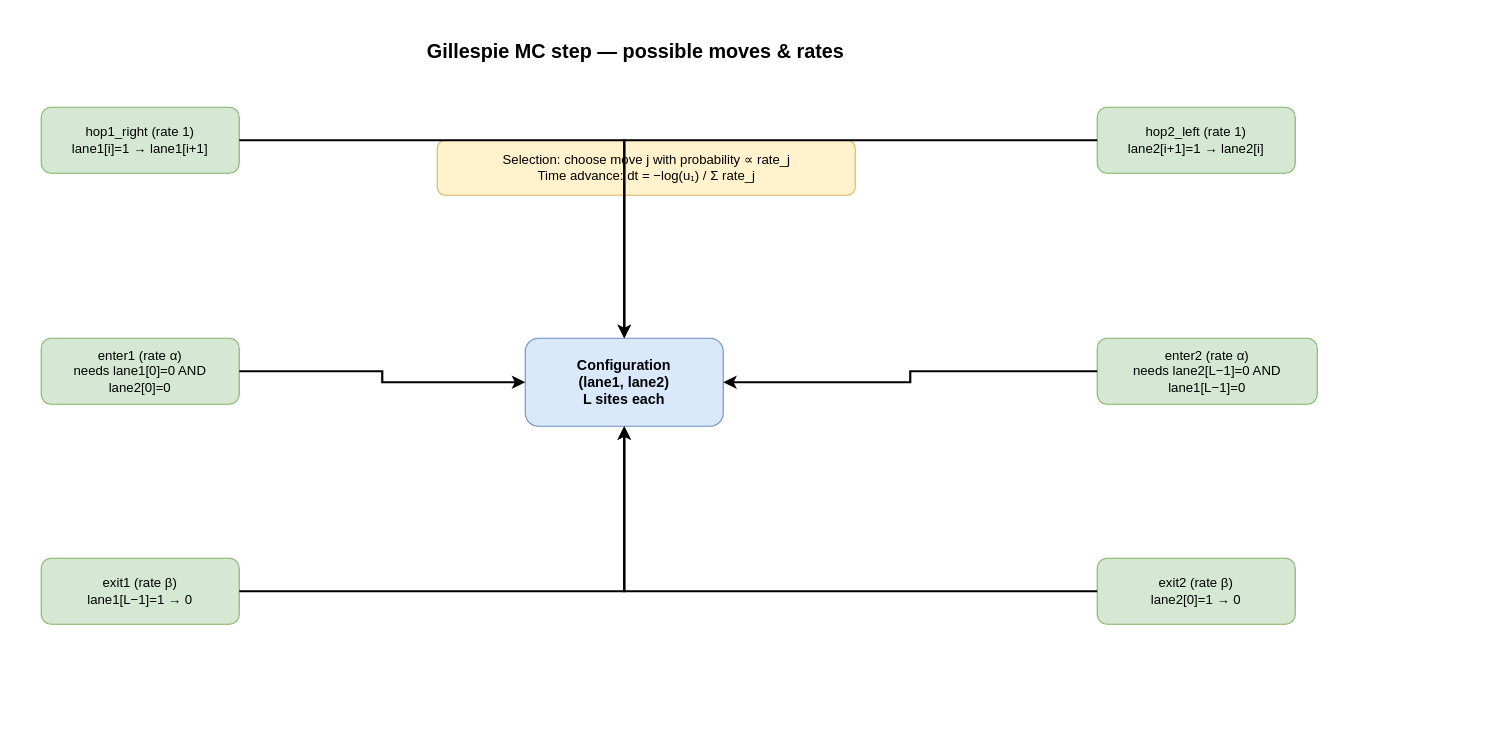
Above: diagrams/mc_moves.drawio in tusca99/two-channel-asep (draw.io), before the change. Source tidied: cells renumbered, new cells numbered last; positions are measured from the earlier drawing's top-left corner, leaving out a move shared by most shapes. Both pictures are drawn from the tidied source at 110%, with x=0, y=0 at pixel (41, 30).
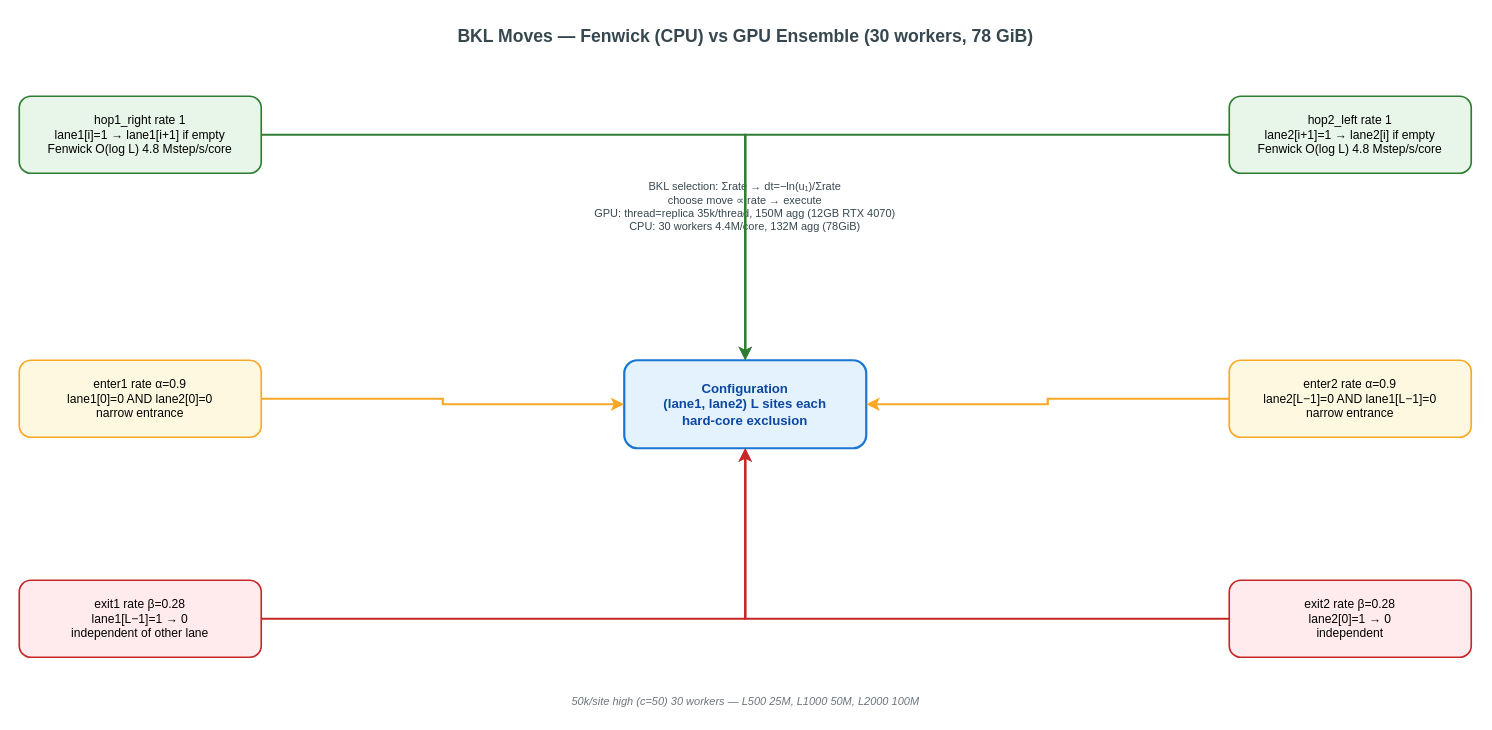
After the change.

Commit message (it also covers changes not shown here):
docs: update draw.io diagrams - lattice_schematic v2 (L=24 α0.9 β0.28), module_structure v2 (bkl Fenwick/GPU 30w 50k/site), mc_moves v2 (BKL vs GPU), simulation_flow v2 (chunked streaming)

The edit, as a diff of the source:
```diff
@@
 <mxGraphModel>
   <root>
     <mxCell id="0" />
     <mxCell id="1" parent="0" />
-    <mxCell id="2" value="Gillespie MC step — possible moves &amp; rates" style="text;html=1;strokeColor=none;fillColor=none;align=center;verticalAlign=middle;fontSize=18;fontStyle=1;" parent="1" vertex="1">
-      <mxGeometry x="290" width="500" height="40" as="geometry" />
+    <mxCell id="2" value="BKL Moves — Fenwick (CPU) vs GPU Ensemble (30 workers, 78 GiB)" style="text;html=1;strokeColor=none;fillColor=none;align=center;verticalAlign=middle;fontSize=16;fontStyle=1;fontColor=#37474f;" parent="1" vertex="1">
+      <mxGeometry x="290" y="-10" width="700" height="30" as="geometry" />
     </mxCell>
-    <mxCell id="3" value="Configuration&#10;(lane1, lane2)&#10;L sites each" style="rounded=1;whiteSpace=wrap;html=1;fillColor=#dae8fc;strokeColor=#6c8ebf;fontSize=13;fontStyle=1;" parent="1" vertex="1">
-      <mxGeometry x="440" y="280" width="180" height="80" as="geometry" />
-    </mxCell>
+    <mxCell id="17" value="Configuration&#10;(lane1, lane2)  L sites each&#10;hard-core exclusion" style="rounded=1;whiteSpace=wrap;html=1;fillColor=#e3f2fd;strokeColor=#1976d2;strokeWidth=2;fontSize=12;fontStyle=1;fontColor=#0d47a1;" parent="1" vertex="1">
+      <mxGeometry x="530" y="300" width="220" height="80" as="geometry" />
+    </mxCell>
-    <mxCell id="4" value="hop1_right  (rate 1)&#10;lane1[i]=1 → lane1[i+1]" style="rounded=1;whiteSpace=wrap;html=1;fillColor=#d5e8d4;strokeColor=#82b366;" parent="1" vertex="1">
-      <mxGeometry y="70" width="180" height="60" as="geometry" />
+    <mxCell id="4" value="hop1_right  rate 1&#10;lane1[i]=1 → lane1[i+1] if empty&#10;Fenwick O(log L) 4.8 Mstep/s/core" style="rounded=1;whiteSpace=wrap;html=1;fillColor=#e8f5e9;strokeColor=#2e7d32;strokeWidth=1.5;fontSize=11;" parent="1" vertex="1">
+      <mxGeometry x="-20" y="60" width="220" height="70" as="geometry" />
     </mxCell>
-    <mxCell id="5" value="hop2_left   (rate 1)&#10;lane2[i+1]=1 → lane2[i]" style="rounded=1;whiteSpace=wrap;html=1;fillColor=#d5e8d4;strokeColor=#82b366;" parent="1" vertex="1">
-      <mxGeometry x="960" y="70" width="180" height="60" as="geometry" />
+    <mxCell id="5" value="hop2_left  rate 1&#10;lane2[i+1]=1 → lane2[i] if empty&#10;Fenwick O(log L) 4.8 Mstep/s/core" style="rounded=1;whiteSpace=wrap;html=1;fillColor=#e8f5e9;strokeColor=#2e7d32;strokeWidth=1.5;fontSize=11;" parent="1" vertex="1">
+      <mxGeometry x="1080" y="60" width="220" height="70" as="geometry" />
     </mxCell>
-    <mxCell id="6" value="enter1  (rate α)&#10;needs lane1[0]=0 AND lane2[0]=0" style="rounded=1;whiteSpace=wrap;html=1;fillColor=#d5e8d4;strokeColor=#82b366;" parent="1" vertex="1">
-      <mxGeometry y="280" width="180" height="60" as="geometry" />
+    <mxCell id="6" value="enter1  rate α=0.9&#10;lane1[0]=0 AND lane2[0]=0&#10;narrow entrance" style="rounded=1;whiteSpace=wrap;html=1;fillColor=#fff8e1;strokeColor=#f9a825;strokeWidth=1.5;fontSize=11;" parent="1" vertex="1">
+      <mxGeometry x="-20" y="300" width="220" height="70" as="geometry" />
     </mxCell>
-    <mxCell id="7" value="enter2  (rate α)&#10;needs lane2[L−1]=0 AND lane1[L−1]=0" style="rounded=1;whiteSpace=wrap;html=1;fillColor=#d5e8d4;strokeColor=#82b366;" parent="1" vertex="1">
-      <mxGeometry x="960" y="280" width="200" height="60" as="geometry" />
+    <mxCell id="7" value="enter2  rate α=0.9&#10;lane2[L−1]=0 AND lane1[L−1]=0&#10;narrow entrance" style="rounded=1;whiteSpace=wrap;html=1;fillColor=#fff8e1;strokeColor=#f9a825;strokeWidth=1.5;fontSize=11;" parent="1" vertex="1">
+      <mxGeometry x="1080" y="300" width="220" height="70" as="geometry" />
     </mxCell>
-    <mxCell id="8" value="exit1  (rate β)&#10;lane1[L−1]=1 → 0" style="rounded=1;whiteSpace=wrap;html=1;fillColor=#d5e8d4;strokeColor=#82b366;" parent="1" vertex="1">
-      <mxGeometry y="480" width="180" height="60" as="geometry" />
+    <mxCell id="8" value="exit1  rate β=0.28&#10;lane1[L−1]=1 → 0&#10;independent of other lane" style="rounded=1;whiteSpace=wrap;html=1;fillColor=#ffebee;strokeColor=#c62828;strokeWidth=1.5;fontSize=11;" parent="1" vertex="1">
+      <mxGeometry x="-20" y="500" width="220" height="70" as="geometry" />
     </mxCell>
-    <mxCell id="9" value="exit2  (rate β)&#10;lane2[0]=1 → 0" style="rounded=1;whiteSpace=wrap;html=1;fillColor=#d5e8d4;strokeColor=#82b366;" parent="1" vertex="1">
-      <mxGeometry x="960" y="480" width="180" height="60" as="geometry" />
+    <mxCell id="9" value="exit2  rate β=0.28&#10;lane2[0]=1 → 0&#10;independent" style="rounded=1;whiteSpace=wrap;html=1;fillColor=#ffebee;strokeColor=#c62828;strokeWidth=1.5;fontSize=11;" parent="1" vertex="1">
+      <mxGeometry x="1080" y="500" width="220" height="70" as="geometry" />
     </mxCell>
-    <mxCell id="10" value="Selection: choose move j with probability ∝ rate_j&#10;Time advance: dt = −log(u₁) / Σ rate_j" style="text;html=1;strokeColor=none;fillColor=#fff2cc;strokeColor=#d6b656;align=center;verticalAlign=middle;fontSize=12;rounded=1;" parent="1" vertex="1">
-      <mxGeometry x="360" y="100" width="380" height="50" as="geometry" />
-    </mxCell>
+    <mxCell id="18" value="BKL selection: Σrate → dt=−ln(u₁)/Σrate&#10;choose move ∝ rate → execute&#10;GPU: thread=replica 35k/thread, 150M agg (12GB RTX 4070)&#10;CPU: 30 workers 4.4M/core, 132M agg (78GiB)" style="text;html=1;strokeColor=none;fillColor=none;align=center;verticalAlign=middle;fontSize=10;fontColor=#37474f;whiteSpace=wrap;" parent="1" vertex="1">
+      <mxGeometry x="440" y="120" width="400" height="80" as="geometry" />
+    </mxCell>
+    <mxCell id="19" value="50k/site high (c=50) 30 workers — L500 25M, L1000 50M, L2000 100M" style="text;html=1;strokeColor=none;fillColor=none;align=center;verticalAlign=middle;fontSize=10;fontStyle=2;fontColor=#6c757d;" parent="1" vertex="1">
+      <mxGeometry x="440" y="600" width="400" height="20" as="geometry" />
+    </mxCell>
-    <mxCell id="11" style="edgeStyle=orthogonalEdgeStyle;html=1;rounded=0;strokeWidth=2;endArrow=classic;startArrow=none;" parent="1" edge="1" source="4" target="3">
+    <mxCell id="11" style="edgeStyle=orthogonalEdgeStyle;html=1;rounded=0;strokeWidth=2;strokeColor=#2e7d32;endArrow=classic;" parent="1" edge="1" source="4" target="17">
       <mxGeometry relative="1" as="geometry" />
     </mxCell>
-    <mxCell id="12" style="edgeStyle=orthogonalEdgeStyle;html=1;rounded=0;strokeWidth=2;endArrow=classic;startArrow=none;" parent="1" edge="1" source="5" target="3">
+    <mxCell id="12" style="edgeStyle=orthogonalEdgeStyle;html=1;rounded=0;strokeWidth=2;strokeColor=#2e7d32;endArrow=classic;" parent="1" edge="1" source="5" target="17">
       <mxGeometry relative="1" as="geometry" />
     </mxCell>
-    <mxCell id="13" style="edgeStyle=orthogonalEdgeStyle;html=1;rounded=0;strokeWidth=2;endArrow=classic;startArrow=none;" parent="1" edge="1" source="6" target="3">
+    <mxCell id="13" style="edgeStyle=orthogonalEdgeStyle;html=1;rounded=0;strokeWidth=2;strokeColor=#f9a825;endArrow=classic;" parent="1" edge="1" source="6" target="17">
       <mxGeometry relative="1" as="geometry" />
     </mxCell>
-    <mxCell id="14" style="edgeStyle=orthogonalEdgeStyle;html=1;rounded=0;strokeWidth=2;endArrow=classic;startArrow=none;" parent="1" edge="1" source="7" target="3">
+    <mxCell id="14" style="edgeStyle=orthogonalEdgeStyle;html=1;rounded=0;strokeWidth=2;strokeColor=#f9a825;endArrow=classic;" parent="1" edge="1" source="7" target="17">
       <mxGeometry relative="1" as="geometry" />
     </mxCell>
-    <mxCell id="15" style="edgeStyle=orthogonalEdgeStyle;html=1;rounded=0;strokeWidth=2;endArrow=classic;startArrow=none;" parent="1" edge="1" source="8" target="3">
+    <mxCell id="15" style="edgeStyle=orthogonalEdgeStyle;html=1;rounded=0;strokeWidth=2;strokeColor=#c62828;endArrow=classic;" parent="1" edge="1" source="8" target="17">
       <mxGeometry relative="1" as="geometry" />
     </mxCell>
-    <mxCell id="16" style="edgeStyle=orthogonalEdgeStyle;html=1;rounded=0;strokeWidth=2;endArrow=classic;startArrow=none;" parent="1" edge="1" source="9" target="3">
+    <mxCell id="16" style="edgeStyle=orthogonalEdgeStyle;html=1;rounded=0;strokeWidth=2;strokeColor=#c62828;endArrow=classic;" parent="1" edge="1" source="9" target="17">
       <mxGeometry relative="1" as="geometry" />
     </mxCell>
   </root>
 </mxGraphModel>
```
